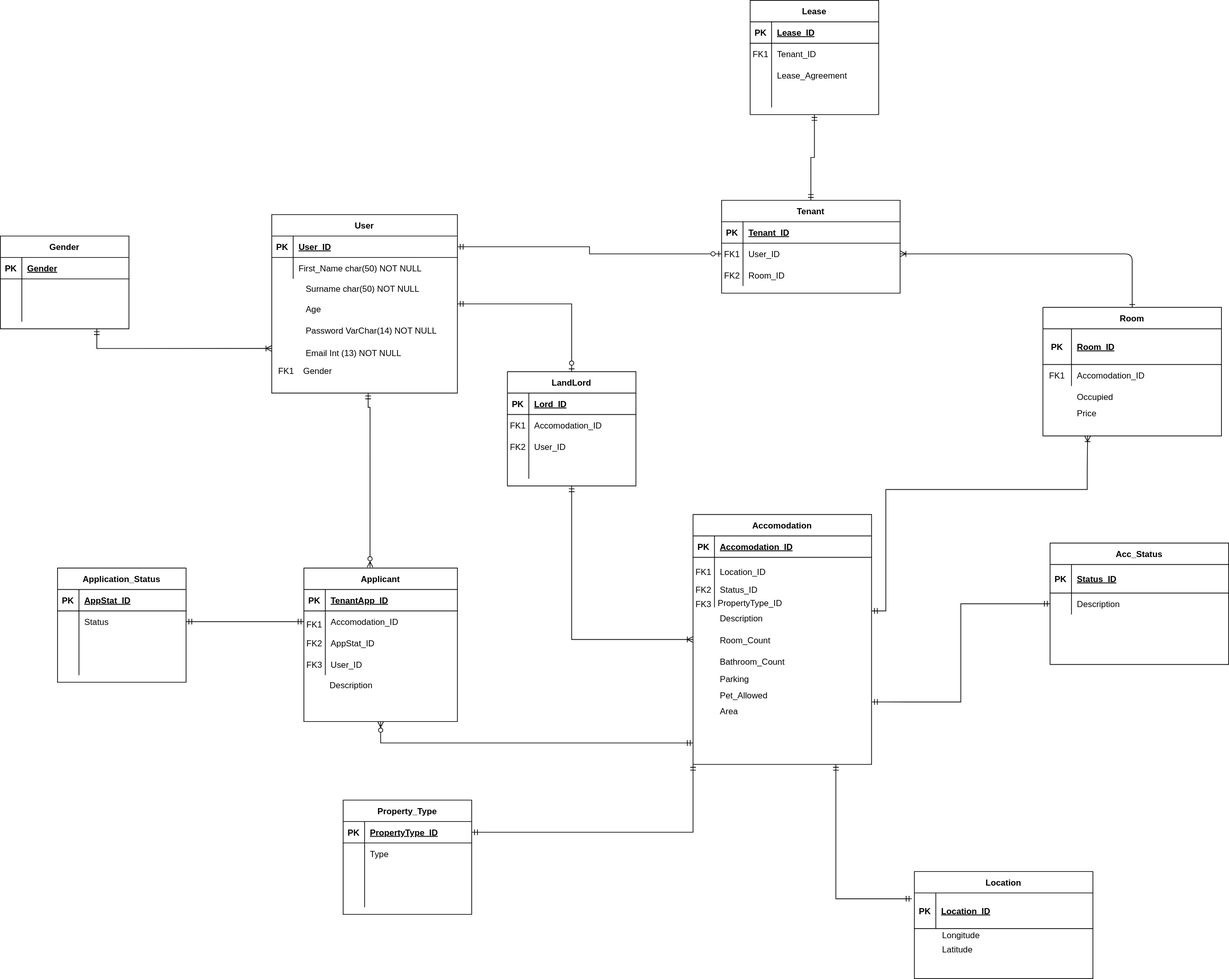
Before: ERD/HouseShare.svg, a diagram exported from draw.io (fabio-sv/HouseShareDB). Source tidied: cells renumbered, new cells last; positions are measured from the earlier drawing's top-left corner, leaving out a move shared by most shapes.
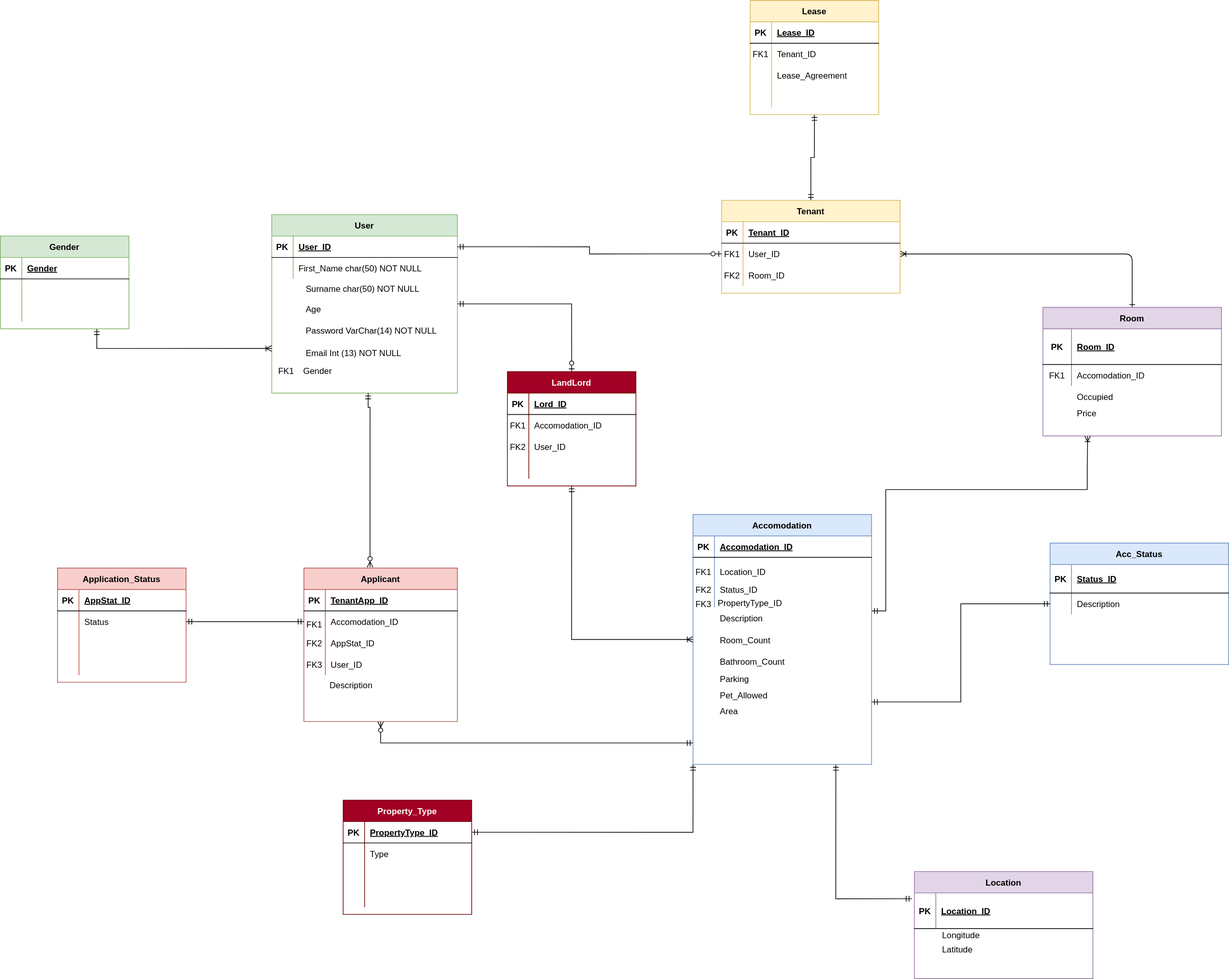
After the commit.

Commit message:
Added updated ERD with color codes

The edit, as a diff of the source:
```diff
@@ -26,7 +26,7 @@
     <mxCell id="5" style="edgeStyle=orthogonalEdgeStyle;rounded=0;jettySize=auto;html=1;exitX=0;exitY=0.5;exitDx=0;exitDy=0;entryX=0.5;entryY=1;entryDx=0;entryDy=0;startArrow=ERoneToMany;startFill=0;endArrow=ERmandOne;endFill=0;" parent="1" edge="1" source="6" target="75">
       <mxGeometry relative="1" as="geometry" />
     </mxCell>
-    <mxCell id="6" value="Accomodation" style="shape=table;startSize=30;rowLines=0;fontStyle=1;align=center;" parent="1" vertex="1">
+    <mxCell id="6" value="Accomodation" style="shape=table;startSize=30;rowLines=0;fontStyle=1;align=center;fillColor=#dae8fc;strokeColor=#6c8ebf;" parent="1" vertex="1">
       <mxGeometry x="970" y="720" width="250" height="350" as="geometry" />
     </mxCell>
     <mxCell id="7" style="shape=partialRectangle;fillColor=none;top=0;left=0;right=0;bottom=1;" parent="6" vertex="1">
@@ -56,7 +56,7 @@
     <mxCell id="15" style="shape=partialRectangle;overflow=hidden;fillColor=none;top=0;left=0;bottom=0;right=0;align=left;spacingLeft=6;" parent="13" vertex="1">
       <mxGeometry x="30" width="220" height="30" as="geometry" />
     </mxCell>
-    <mxCell id="16" value="Tenant" style="shape=table;startSize=30;rowLines=0;fontStyle=1;align=center;" parent="1" vertex="1">
+    <mxCell id="16" value="Tenant" style="shape=table;startSize=30;rowLines=0;fontStyle=1;align=center;fillColor=#fff2cc;strokeColor=#d6b656;" parent="1" vertex="1">
       <mxGeometry x="1010" y="280" width="250" height="130" as="geometry" />
     </mxCell>
     <mxCell id="17" style="shape=partialRectangle;fillColor=none;top=0;left=0;right=0;bottom=1;" parent="16" vertex="1">
@@ -89,7 +89,7 @@
     <mxCell id="26" style="edgeStyle=orthogonalEdgeStyle;rounded=0;jettySize=auto;html=1;entryX=0.5;entryY=0;entryDx=0;entryDy=0;startArrow=ERmandOne;startFill=0;endArrow=ERzeroToOne;endFill=0;" parent="1" edge="1" source="27" target="75">
       <mxGeometry relative="1" as="geometry" />
     </mxCell>
-    <mxCell id="27" value="User" style="shape=table;startSize=30;rowLines=0;fontStyle=1;align=center;" parent="1" vertex="1">
+    <mxCell id="27" value="User" style="shape=table;startSize=30;rowLines=0;fontStyle=1;align=center;fillColor=#d5e8d4;strokeColor=#82b366;" parent="1" vertex="1">
       <mxGeometry x="380" y="300" width="260" height="250" as="geometry" />
     </mxCell>
     <mxCell id="28" style="shape=partialRectangle;fillColor=none;points=[[0,0.5],[1,0.5]];portConstraint=eastwest;top=0;left=0;right=0;bottom=1;" parent="27" vertex="1">
@@ -110,7 +110,7 @@
     <mxCell id="33" value="First_Name char(50) NOT NULL" style="shape=partialRectangle;overflow=hidden;fillColor=none;top=0;left=0;bottom=0;right=0;align=left;spacingLeft=6;" parent="31" vertex="1">
       <mxGeometry x="30" width="230" height="30" as="geometry" />
     </mxCell>
-    <mxCell id="34" value="Location" style="shape=table;startSize=30;rowLines=0;fontStyle=1;align=center;" parent="1" vertex="1">
+    <mxCell id="34" value="Location" style="shape=table;startSize=30;rowLines=0;fontStyle=1;align=center;fillColor=#e1d5e7;strokeColor=#9673a6;" parent="1" vertex="1">
       <mxGeometry x="1280" y="1220" width="250" height="150" as="geometry" />
     </mxCell>
     <mxCell id="35" style="shape=partialRectangle;fillColor=none;points=[[0,0.5],[1,0.5]];portConstraint=eastwest;top=0;left=0;right=0;bottom=1;" parent="34" vertex="1">
@@ -143,7 +143,7 @@
     <mxCell id="44" value="Status_ID" style="shape=partialRectangle;overflow=hidden;fillColor=none;top=0;left=0;bottom=0;right=0;align=left;spacingLeft=6;" parent="1" vertex="1">
       <mxGeometry x="1000" y="810" width="220" height="30" as="geometry" />
     </mxCell>
-    <mxCell id="45" value="Room" style="shape=table;startSize=30;rowLines=0;fontStyle=1;align=center;" parent="1" vertex="1">
+    <mxCell id="45" value="Room" style="shape=table;startSize=30;rowLines=0;fontStyle=1;align=center;fillColor=#e1d5e7;strokeColor=#9673a6;" parent="1" vertex="1">
       <mxGeometry x="1460" y="430" width="250" height="180" as="geometry" />
     </mxCell>
     <mxCell id="46" style="shape=partialRectangle;fillColor=none;top=0;left=0;right=0;bottom=1;" parent="45" vertex="1">
@@ -167,7 +167,7 @@
     <mxCell id="52" value="FK2" style="shape=partialRectangle;overflow=hidden;fillColor=none;top=0;left=0;bottom=0;right=0;" parent="1" vertex="1">
       <mxGeometry x="970" y="810" width="30" height="30" as="geometry" />
     </mxCell>
-    <mxCell id="53" value="Acc_Status" style="shape=table;startSize=30;rowLines=0;fontStyle=1;align=center;" parent="1" vertex="1">
+    <mxCell id="53" value="Acc_Status" style="shape=table;startSize=30;rowLines=0;fontStyle=1;align=center;fillColor=#dae8fc;strokeColor=#6c8ebf;" parent="1" vertex="1">
       <mxGeometry x="1470" y="760" width="250" height="170" as="geometry" />
     </mxCell>
     <mxCell id="54" style="shape=partialRectangle;fillColor=none;top=0;left=0;right=0;bottom=1;" parent="53" vertex="1">
@@ -200,7 +200,7 @@
         </Array>
       </mxGeometry>
     </mxCell>
-    <mxCell id="62" value="Property_Type" style="shape=table;startSize=30;rowLines=0;fontStyle=1;align=center;" parent="1" vertex="1">
+    <mxCell id="62" value="Property_Type" style="shape=table;startSize=30;rowLines=0;fontStyle=1;align=center;fillColor=#a20025;fontColor=#ffffff;strokeColor=#6F0000;" parent="1" vertex="1">
       <mxGeometry x="480" y="1120" width="180" height="160" as="geometry" />
     </mxCell>
     <mxCell id="63" style="shape=tableRow;horizontal=0;startSize=0;swimlaneHead=0;swimlaneBody=0;fillColor=none;points=[[0,0.5],[1,0.5]];portConstraint=eastwest;top=0;left=0;right=0;bottom=1;" parent="62" vertex="1">
@@ -239,7 +239,7 @@
     <mxCell id="74" style="shape=partialRectangle;fillColor=none;top=0;left=0;bottom=0;right=0;align=left;spacingLeft=6;overflow=hidden;" parent="72" vertex="1">
       <mxGeometry x="30" width="150" height="30" as="geometry" />
     </mxCell>
-    <mxCell id="75" value="LandLord" style="shape=table;startSize=30;rowLines=0;fontStyle=1;align=center;" parent="1" vertex="1">
+    <mxCell id="75" value="LandLord" style="shape=table;startSize=30;rowLines=0;fontStyle=1;align=center;fillColor=#a20025;fontColor=#ffffff;strokeColor=#6F0000;" parent="1" vertex="1">
       <mxGeometry x="710" y="520" width="180" height="160" as="geometry" />
     </mxCell>
     <mxCell id="76" style="shape=tableRow;horizontal=0;startSize=0;swimlaneHead=0;swimlaneBody=0;fillColor=none;top=0;left=0;right=0;bottom=1;" parent="75" vertex="1">
@@ -290,7 +290,7 @@
         </Array>
       </mxGeometry>
     </mxCell>
-    <mxCell id="90" value="Applicant" style="shape=table;startSize=30;rowLines=0;fontStyle=1;align=center;" parent="1" vertex="1">
+    <mxCell id="90" value="Applicant" style="shape=table;startSize=30;rowLines=0;fontStyle=1;align=center;fillColor=#f8cecc;strokeColor=#b85450;" parent="1" vertex="1">
       <mxGeometry x="425" y="795" width="215" height="215" as="geometry" />
     </mxCell>
     <mxCell id="91" style="shape=tableRow;horizontal=0;startSize=0;swimlaneHead=0;swimlaneBody=0;fillColor=none;top=0;left=0;right=0;bottom=1;" parent="90" vertex="1">
@@ -329,7 +329,7 @@
     <mxCell id="102" value="User_ID" style="shape=partialRectangle;fillColor=none;top=0;left=0;bottom=0;right=0;align=left;spacingLeft=6;overflow=hidden;" parent="100" vertex="1">
       <mxGeometry x="30" width="185" height="30" as="geometry" />
     </mxCell>
-    <mxCell id="103" value="Application_Status" style="shape=table;startSize=30;rowLines=0;fontStyle=1;align=center;" parent="1" vertex="1">
+    <mxCell id="103" value="Application_Status" style="shape=table;startSize=30;rowLines=0;fontStyle=1;align=center;fillColor=#f8cecc;strokeColor=#b85450;" parent="1" vertex="1">
       <mxGeometry x="80" y="795" width="180" height="160" as="geometry" />
     </mxCell>
     <mxCell id="104" style="shape=tableRow;horizontal=0;startSize=0;swimlaneHead=0;swimlaneBody=0;fillColor=none;top=0;left=0;right=0;bottom=1;" parent="103" vertex="1">
@@ -410,7 +410,7 @@
     <mxCell id="129" style="edgeStyle=orthogonalEdgeStyle;rounded=0;jettySize=auto;html=1;exitX=0.75;exitY=1;exitDx=0;exitDy=0;entryX=0;entryY=0.75;entryDx=0;entryDy=0;endArrow=ERoneToMany;endFill=0;startArrow=ERmandOne;startFill=0;" parent="1" edge="1" source="130" target="27">
       <mxGeometry relative="1" as="geometry" />
     </mxCell>
-    <mxCell id="130" value="Gender" style="shape=table;startSize=30;rowLines=0;fontStyle=1;align=center;" parent="1" vertex="1">
+    <mxCell id="130" value="Gender" style="shape=table;startSize=30;rowLines=0;fontStyle=1;align=center;fillColor=#d5e8d4;strokeColor=#82b366;" parent="1" vertex="1">
       <mxGeometry y="330" width="180" height="130" as="geometry" />
     </mxCell>
     <mxCell id="131" style="shape=tableRow;horizontal=0;startSize=0;swimlaneHead=0;swimlaneBody=0;fillColor=none;top=0;left=0;right=0;bottom=1;" parent="130" vertex="1">
@@ -446,7 +446,7 @@
     <mxCell id="141" style="edgeStyle=orthogonalEdgeStyle;rounded=0;jettySize=auto;html=1;exitX=0.5;exitY=1;exitDx=0;exitDy=0;startArrow=ERmandOne;startFill=0;endArrow=ERmandOne;endFill=0;" parent="1" edge="1" source="142" target="16">
       <mxGeometry relative="1" as="geometry" />
     </mxCell>
-    <mxCell id="142" value="Lease" style="shape=table;startSize=30;rowLines=0;fontStyle=1;align=center;" parent="1" vertex="1">
+    <mxCell id="142" value="Lease" style="shape=table;startSize=30;rowLines=0;fontStyle=1;align=center;fillColor=#fff2cc;strokeColor=#d6b656;" parent="1" vertex="1">
       <mxGeometry x="1050" width="180" height="160" as="geometry" />
     </mxCell>
     <mxCell id="143" style="shape=tableRow;horizontal=0;startSize=0;swimlaneHead=0;swimlaneBody=0;fillColor=none;top=0;left=0;right=0;bottom=1;" parent="142" vertex="1">
```
